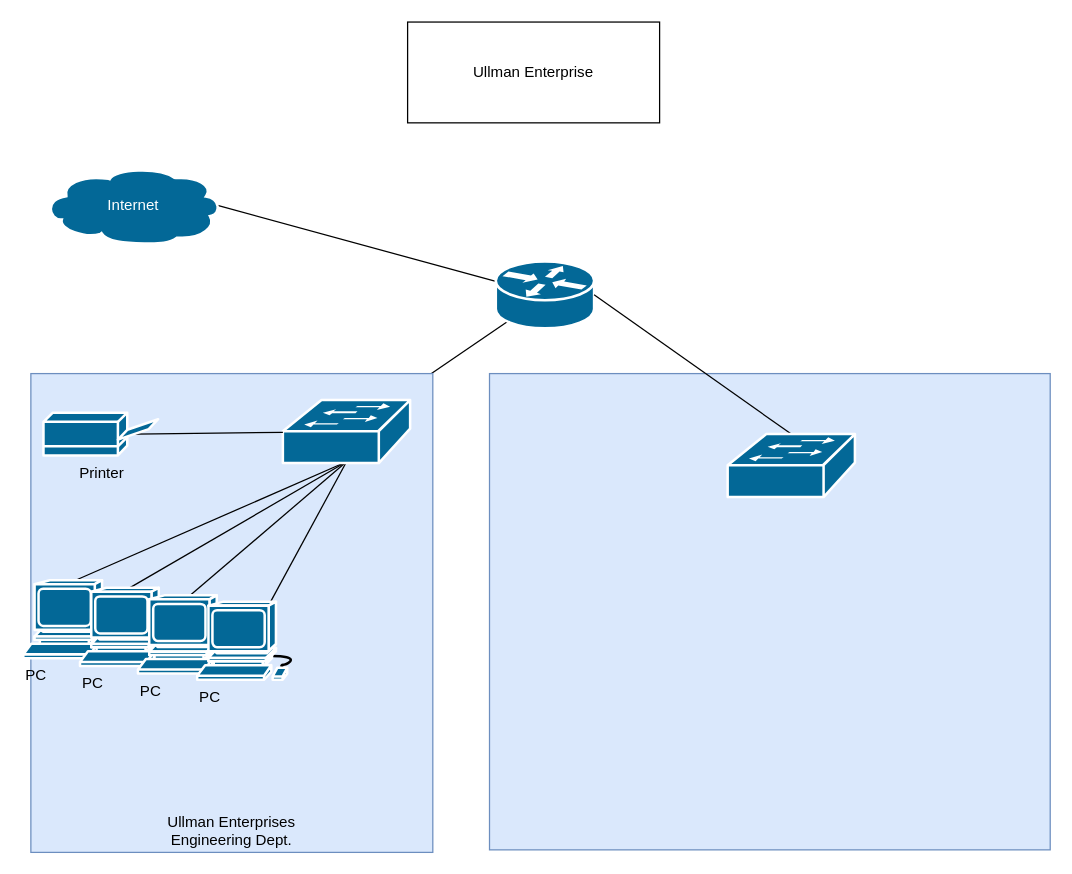
Before: Untitled Diagram.drawio in taming-life/ITNW1325_class, a draw.io diagram. Source tidied: cells renumbered, new cells numbered last; positions are measured from the earlier drawing's top-left corner, leaving out a move shared by most shapes. Both pictures are drawn from the tidied source at 126%, with x=0, y=0 at pixel (23, 21).
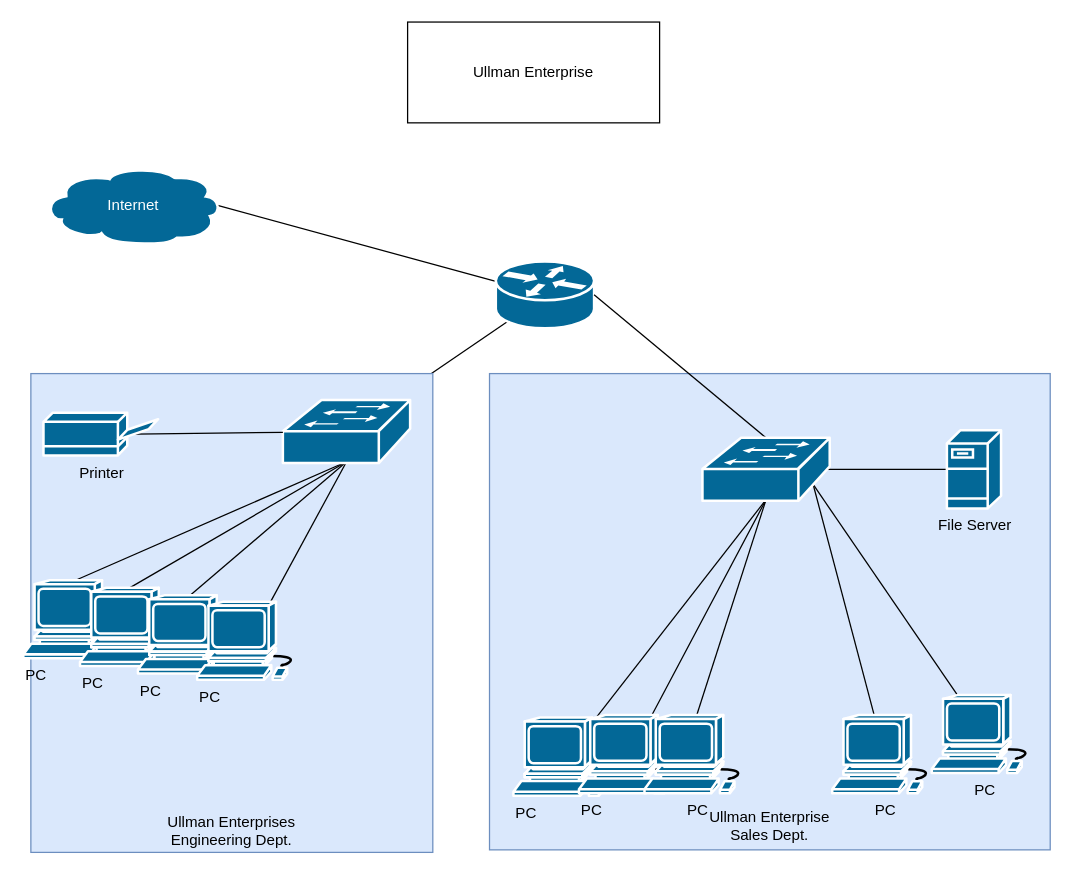
The same diagram, later.

What changed in the source:
```diff
@@
-    <mxCell id="19" style="rounded=0;whiteSpace=wrap;html=1;fillColor=#dae8fc;strokeColor=#6c8ebf;" parent="1" vertex="1">
+    <mxCell id="19" value="Ullman Enterprise&lt;br&gt;Sales Dept." style="rounded=0;whiteSpace=wrap;html=1;fillColor=#dae8fc;strokeColor=#6c8ebf;spacingTop=340;" parent="1" vertex="1">
       <mxGeometry x="370" y="279" width="445" height="378" as="geometry" />
     </mxCell>
@@
+    <mxCell id="22" style="rounded=0;jettySize=auto;html=1;exitX=0.98;exitY=0.5;exitDx=0;exitDy=0;exitPerimeter=0;entryX=0;entryY=0.5;entryDx=0;entryDy=0;entryPerimeter=0;endArrow=none;endFill=0;" parent="1" edge="1" source="21" target="33">
+      <mxGeometry relative="1" as="geometry" />
+    </mxCell>
+    <mxCell id="23" style="rounded=0;jettySize=auto;html=1;exitX=0.5;exitY=0.98;exitDx=0;exitDy=0;exitPerimeter=0;endArrow=none;endFill=0;" parent="1" edge="1" source="21" target="28">
+      <mxGeometry relative="1" as="geometry" />
+    </mxCell>
+    <mxCell id="24" style="rounded=0;jettySize=auto;html=1;exitX=0.5;exitY=0.98;exitDx=0;exitDy=0;exitPerimeter=0;endArrow=none;endFill=0;" parent="1" edge="1" source="21" target="29">
+      <mxGeometry relative="1" as="geometry" />
+    </mxCell>
+    <mxCell id="25" style="rounded=0;jettySize=auto;html=1;exitX=0.5;exitY=0.98;exitDx=0;exitDy=0;exitPerimeter=0;entryX=0.5;entryY=0;entryDx=0;entryDy=0;entryPerimeter=0;endArrow=none;endFill=0;" parent="1" edge="1" source="21" target="30">
+      <mxGeometry relative="1" as="geometry" />
+    </mxCell>
+    <mxCell id="26" style="rounded=0;jettySize=auto;html=1;exitX=0.87;exitY=0.74;exitDx=0;exitDy=0;exitPerimeter=0;endArrow=none;endFill=0;" parent="1" edge="1" source="21" target="31">
+      <mxGeometry relative="1" as="geometry" />
+    </mxCell>
+    <mxCell id="27" style="rounded=0;jettySize=auto;html=1;exitX=0.87;exitY=0.74;exitDx=0;exitDy=0;exitPerimeter=0;endArrow=none;endFill=0;" parent="1" edge="1" source="21" target="32">
+      <mxGeometry relative="1" as="geometry" />
+    </mxCell>
     <mxCell id="21" style="shape=mxgraph.cisco.switches.workgroup_switch;sketch=0;html=1;dashed=0;fillColor=#036897;strokeColor=#ffffff;strokeWidth=2;verticalLabelPosition=bottom;verticalAlign=top;align=center;outlineConnect=0;" parent="1" vertex="1">
-      <mxGeometry x="559" y="327" width="101" height="50" as="geometry" />
+      <mxGeometry x="539" y="330" width="101" height="50" as="geometry" />
     </mxCell>
+    <mxCell id="28" value="PC" style="shape=mxgraph.cisco.computers_and_peripherals.workstation;sketch=0;html=1;dashed=0;fillColor=#036897;strokeColor=#ffffff;strokeWidth=2;verticalLabelPosition=bottom;verticalAlign=top;align=left;outlineConnect=0;" parent="1" vertex="1">
+      <mxGeometry x="389" y="552" width="83" height="62" as="geometry" />
+    </mxCell>
+    <mxCell id="29" value="PC" style="shape=mxgraph.cisco.computers_and_peripherals.workstation;sketch=0;html=1;dashed=0;fillColor=#036897;strokeColor=#ffffff;strokeWidth=2;verticalLabelPosition=bottom;verticalAlign=top;align=left;outlineConnect=0;" parent="1" vertex="1">
+      <mxGeometry x="441" y="550" width="83" height="62" as="geometry" />
+    </mxCell>
+    <mxCell id="30" value="PC" style="shape=mxgraph.cisco.computers_and_peripherals.workstation;sketch=0;html=1;dashed=0;fillColor=#036897;strokeColor=#ffffff;strokeWidth=2;verticalLabelPosition=bottom;verticalAlign=top;align=center;outlineConnect=0;" parent="1" vertex="1">
+      <mxGeometry x="493" y="550" width="83" height="62" as="geometry" />
+    </mxCell>
+    <mxCell id="31" value="PC" style="shape=mxgraph.cisco.computers_and_peripherals.workstation;sketch=0;html=1;dashed=0;fillColor=#036897;strokeColor=#ffffff;strokeWidth=2;verticalLabelPosition=bottom;verticalAlign=top;align=center;outlineConnect=0;" parent="1" vertex="1">
+      <mxGeometry x="642" y="550" width="83" height="62" as="geometry" />
+    </mxCell>
+    <mxCell id="32" value="PC" style="shape=mxgraph.cisco.computers_and_peripherals.workstation;sketch=0;html=1;dashed=0;fillColor=#036897;strokeColor=#ffffff;strokeWidth=2;verticalLabelPosition=bottom;verticalAlign=top;align=center;outlineConnect=0;" parent="1" vertex="1">
+      <mxGeometry x="721" y="534" width="83" height="62" as="geometry" />
+    </mxCell>
+    <mxCell id="33" value="File Server" style="shape=mxgraph.cisco.servers.fileserver;sketch=0;html=1;dashed=0;fillColor=#036897;strokeColor=#ffffff;strokeWidth=2;verticalLabelPosition=bottom;verticalAlign=top;align=center;outlineConnect=0;" parent="1" vertex="1">
+      <mxGeometry x="733" y="324" width="43" height="62" as="geometry" />
+    </mxCell>
```
